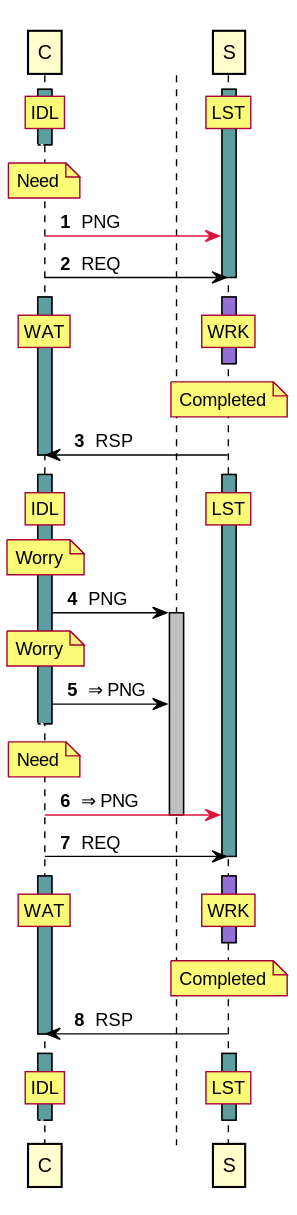
The PlantUML diagram tests/expected/test_client_server/sequence.svg in orenbenkiki/total-space, before a commit.
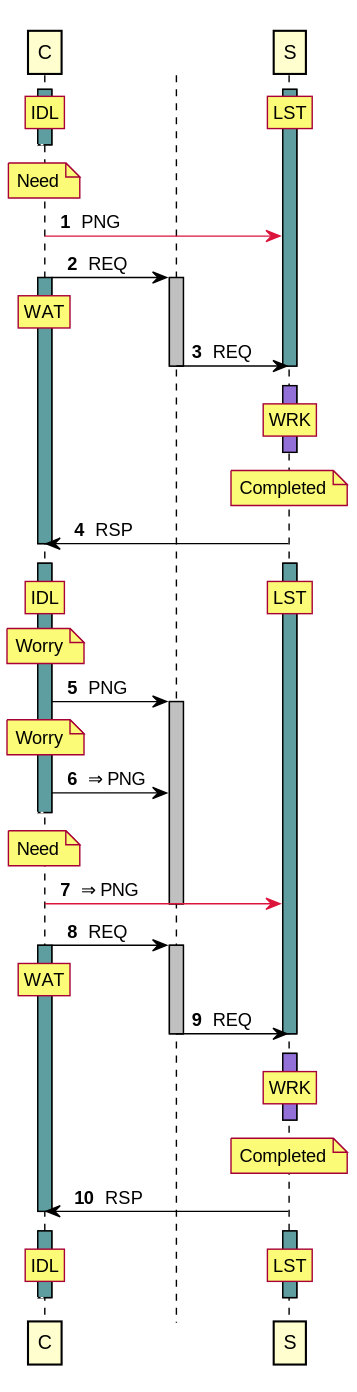
Above is the later version.

What changed in the source:
```diff
@@ -22,15 +22,19 @@
 deactivate A0
 note over A0 : Need
 A0 -[#Crimson]> A1 : PNG
-A0 -> A1 : REQ
+control " " as T0 order 10101
+A0 -> T0 : REQ
+activate T0 #Silver
+activate A0 #CadetBlue
+rnote over A0 : WAT
+T0 -> A1 : REQ
+deactivate T0
 deactivate A1
 autonumber stop
 [<[#White]-- A0
 autonumber resume
-activate A0 #CadetBlue
 activate A1 #MediumPurple
-rnote over A0 : WAT
-/ rnote over A1 : WRK
+rnote over A1 : WRK
 autonumber stop
 [<[#White]-- A0
 autonumber resume
@@ -46,7 +50,6 @@
 rnote over A1 : LST
 / rnote over A0 : IDL
 note over A0 : Worry
-control " " as T0 order 10101
 A0 -> T0 : PNG
 activate T0 #Silver
 note over A0 : Worry
@@ -58,15 +61,18 @@
 note over A0 : Need
 A0 -[#Crimson]> A1 : &#8658; PNG
 deactivate T0
-A0 -> A1 : REQ
+A0 -> T0 : REQ
+activate T0 #Silver
+activate A0 #CadetBlue
+rnote over A0 : WAT
+T0 -> A1 : REQ
+deactivate T0
 deactivate A1
 autonumber stop
 [<[#White]-- A0
 autonumber resume
-activate A0 #CadetBlue
 activate A1 #MediumPurple
-rnote over A0 : WAT
-/ rnote over A1 : WRK
+rnote over A1 : WRK
 autonumber stop
 [<[#White]-- A0
 autonumber resume
```
